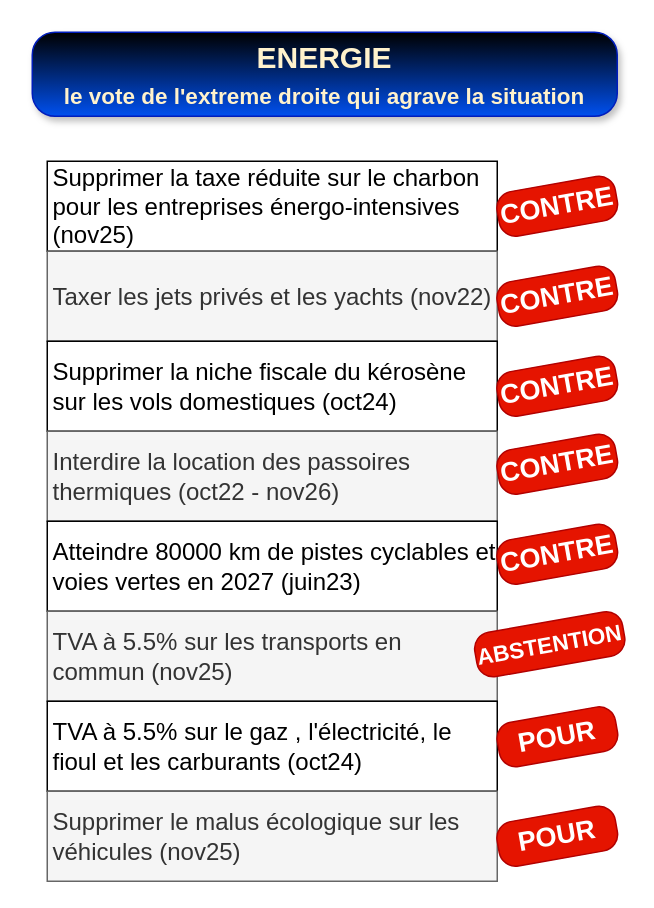
Before: drawio/Energie.drawio in bernard44600/cedbn, a draw.io diagram. Source tidied: cells renumbered, new cells numbered last; positions are measured from the earlier drawing's top-left corner, leaving out a move shared by most shapes. Both pictures are drawn from the tidied source at 150%, with x=0, y=0 at pixel (32, 32).
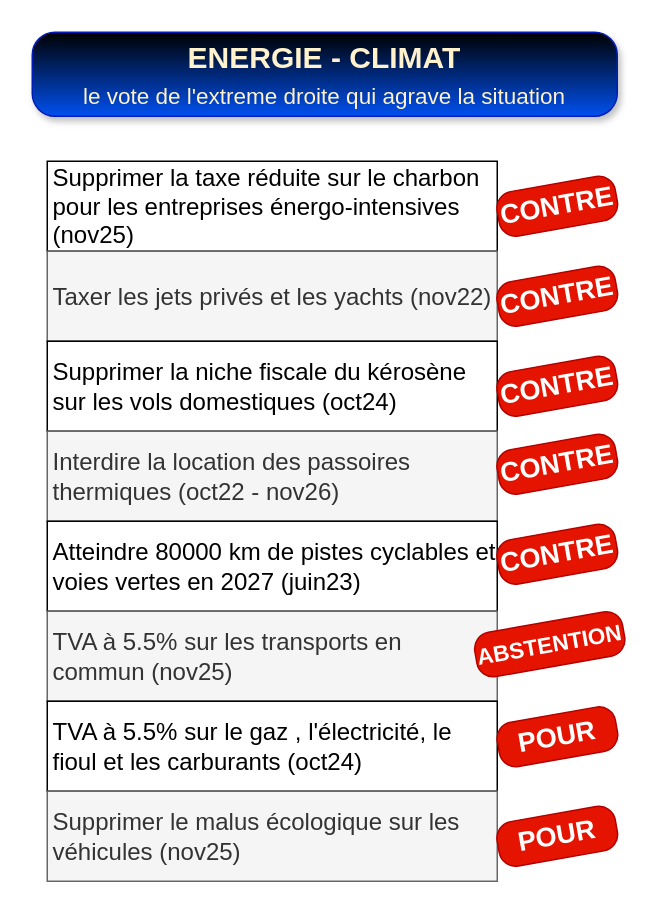
After the change.

The edit, as a diff of the source:
```diff
@@
 <mxGraphModel>
   <root>
     <mxCell id="0" />
     <mxCell id="1" parent="0" />
     <mxCell id="2" style="rounded=0;whiteSpace=wrap;html=1;" parent="1" vertex="1">
       <mxGeometry x="67" y="463" width="120" height="60" as="geometry" />
     </mxCell>
-    <mxCell id="3" value="ENERGIE&lt;br&gt;&lt;font style=&quot;font-size: 15px;&quot;&gt;le vote de l'extreme droite qui agrave la situation&lt;/font&gt;" style="rounded=1;whiteSpace=wrap;html=1;fontSize=20;fillColor=#0050ef;strokeColor=#001DBC;fontColor=#FFF2CC;gradientColor=default;gradientDirection=north;roundedPerimeter=1;shadow=1;glass=0;multiple=0;fontFamily=Helvetica;labelBackgroundColor=none;arcSize=27;fontStyle=1;" parent="1" vertex="1">
+    <mxCell id="3" value="ENERGIE - CLIMAT&lt;br&gt;&lt;font style=&quot;font-size: 15px; font-weight: normal;&quot;&gt;le vote de l'extreme droite qui agrave la situation&lt;/font&gt;" style="rounded=1;whiteSpace=wrap;html=1;fontSize=20;fillColor=#0050ef;strokeColor=#001DBC;fontColor=#FFF2CC;gradientColor=default;gradientDirection=north;roundedPerimeter=1;shadow=1;glass=0;multiple=0;fontFamily=Helvetica;labelBackgroundColor=none;arcSize=27;fontStyle=1;" parent="1" vertex="1">
       <mxGeometry width="390" height="56" as="geometry" />
     </mxCell>
     <mxCell id="4" value="Supprimer la taxe réduite sur le charbon pour les entreprises énergo-intensives (nov25)" style="rounded=0;whiteSpace=wrap;html=1;fontFamily=Helvetica;fontSize=16;align=left;spacingLeft=2;" parent="1" vertex="1">
       <mxGeometry x="10" y="86" width="300" height="60" as="geometry" />
     </mxCell>
     <mxCell id="5" value="Taxer les jets privés et les yachts (nov22)" style="rounded=0;whiteSpace=wrap;html=1;fontFamily=Helvetica;fontSize=16;align=left;fillColor=#f5f5f5;fontColor=#333333;strokeColor=#666666;spacingLeft=2;" parent="1" vertex="1">
       <mxGeometry x="10" y="146" width="300" height="60" as="geometry" />
     </mxCell>
     <mxCell id="6" value="Supprimer la niche fiscale du kérosène sur les vols domestiques (oct24)" style="rounded=0;whiteSpace=wrap;html=1;fontFamily=Helvetica;fontSize=16;align=left;spacingLeft=2;" parent="1" vertex="1">
       <mxGeometry x="10" y="206" width="300" height="60" as="geometry" />
     </mxCell>
     <mxCell id="7" value="Interdire la location des passoires thermiques (oct22 - nov26)" style="rounded=0;whiteSpace=wrap;html=1;fontFamily=Helvetica;fontSize=16;align=left;fillColor=#f5f5f5;fontColor=#333333;strokeColor=#666666;spacingLeft=2;" parent="1" vertex="1">
       <mxGeometry x="10" y="266" width="300" height="60" as="geometry" />
     </mxCell>
     <mxCell id="8" value="Atteindre 80000 km de pistes cyclables et voies vertes en 2027 (juin23)" style="rounded=0;whiteSpace=wrap;html=1;fontFamily=Helvetica;fontSize=16;align=left;spacingLeft=2;" parent="1" vertex="1">
       <mxGeometry x="10" y="326" width="300" height="60" as="geometry" />
     </mxCell>
     <mxCell id="9" value="TVA à 5.5% sur les transports en commun (nov25)" style="rounded=0;whiteSpace=wrap;html=1;fontFamily=Helvetica;fontSize=16;align=left;fillColor=#f5f5f5;fontColor=#333333;strokeColor=#666666;spacingLeft=2;" parent="1" vertex="1">
       <mxGeometry x="10" y="386" width="300" height="60" as="geometry" />
     </mxCell>
     <mxCell id="10" value="TVA à 5.5% sur le gaz , l'électricité, le fioul et les carburants (oct24)" style="rounded=0;whiteSpace=wrap;html=1;fontFamily=Helvetica;fontSize=16;align=left;spacingLeft=2;" parent="1" vertex="1">
       <mxGeometry x="10" y="446" width="300" height="60" as="geometry" />
     </mxCell>
     <mxCell id="11" value="Supprimer le malus écologique sur les véhicules (nov25)" style="rounded=0;whiteSpace=wrap;html=1;fontFamily=Helvetica;fontSize=16;align=left;fillColor=#f5f5f5;fontColor=#333333;strokeColor=#666666;spacingLeft=2;" parent="1" vertex="1">
       <mxGeometry x="10" y="506" width="300" height="60" as="geometry" />
     </mxCell>
     <mxCell id="12" value="CONTRE" style="text;html=1;whiteSpace=wrap;strokeColor=#B20000;fillColor=#e51400;align=center;verticalAlign=middle;rounded=1;fontSize=18;fontColor=#ffffff;fontStyle=1;roundedPerimeter=1;arcSize=37;rotation=-10;" parent="1" vertex="1">
       <mxGeometry x="310" y="101" width="80" height="30" as="geometry" />
     </mxCell>
     <mxCell id="13" value="CONTRE" style="text;html=1;whiteSpace=wrap;strokeColor=#B20000;fillColor=#e51400;align=center;verticalAlign=middle;rounded=1;fontSize=18;fontColor=#ffffff;fontStyle=1;roundedPerimeter=1;arcSize=37;rotation=-10;" parent="1" vertex="1">
       <mxGeometry x="310" y="161" width="80" height="30" as="geometry" />
     </mxCell>
     <mxCell id="14" value="CONTRE" style="text;html=1;whiteSpace=wrap;strokeColor=#B20000;fillColor=#e51400;align=center;verticalAlign=middle;rounded=1;fontSize=18;fontColor=#ffffff;fontStyle=1;roundedPerimeter=1;arcSize=37;rotation=-10;" parent="1" vertex="1">
       <mxGeometry x="310" y="221" width="80" height="30" as="geometry" />
     </mxCell>
     <mxCell id="15" value="CONTRE" style="text;html=1;whiteSpace=wrap;strokeColor=#B20000;fillColor=#e51400;align=center;verticalAlign=middle;rounded=1;fontSize=18;fontColor=#ffffff;fontStyle=1;roundedPerimeter=1;arcSize=37;rotation=-10;" parent="1" vertex="1">
       <mxGeometry x="310" y="273" width="80" height="30" as="geometry" />
     </mxCell>
     <mxCell id="16" value="ABSTENTION" style="text;html=1;whiteSpace=wrap;strokeColor=#B20000;fillColor=#e51400;align=center;verticalAlign=middle;rounded=1;fontSize=15;fontColor=#ffffff;fontStyle=1;roundedPerimeter=1;arcSize=37;rotation=-10;" parent="1" vertex="1">
       <mxGeometry x="295" y="393" width="100" height="30" as="geometry" />
     </mxCell>
     <mxCell id="17" value="POUR" style="text;html=1;whiteSpace=wrap;strokeColor=#B20000;fillColor=#e51400;align=center;verticalAlign=middle;rounded=1;fontSize=18;fontColor=#ffffff;fontStyle=1;roundedPerimeter=1;arcSize=37;rotation=-10;" parent="1" vertex="1">
       <mxGeometry x="310.1" y="454.7" width="80" height="30" as="geometry" />
     </mxCell>
     <mxCell id="18" value="POUR" style="text;html=1;whiteSpace=wrap;strokeColor=#B20000;fillColor=#e51400;align=center;verticalAlign=middle;rounded=1;fontSize=18;fontColor=#ffffff;fontStyle=1;roundedPerimeter=1;arcSize=37;rotation=-10;" parent="1" vertex="1">
       <mxGeometry x="310" y="521" width="80" height="30" as="geometry" />
     </mxCell>
     <mxCell id="19" value="CONTRE" style="text;html=1;whiteSpace=wrap;strokeColor=#B20000;fillColor=#e51400;align=center;verticalAlign=middle;rounded=1;fontSize=18;fontColor=#ffffff;fontStyle=1;roundedPerimeter=1;arcSize=37;rotation=-10;" parent="1" vertex="1">
       <mxGeometry x="310" y="333" width="80" height="30" as="geometry" />
     </mxCell>
   </root>
 </mxGraphModel>
```
